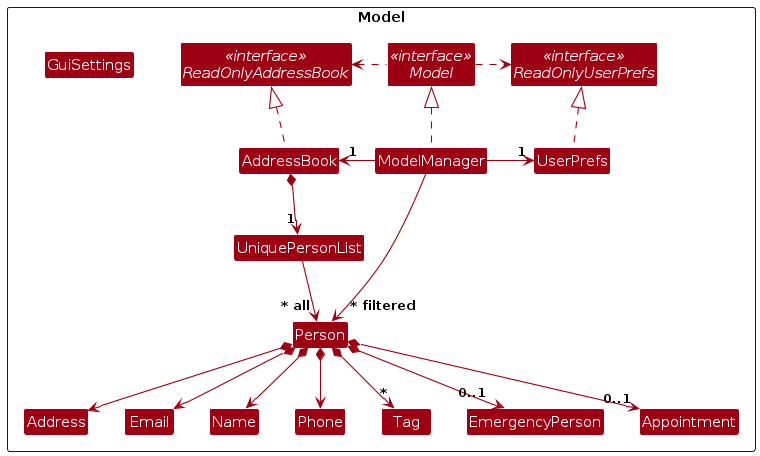
Above: diagrams/ModelClassDiagram.png in AY2425S2-CS2103T-F11-3/tp (PlantUML), before the change. Its source is kept beside it as diagrams/ModelClassDiagram.puml.
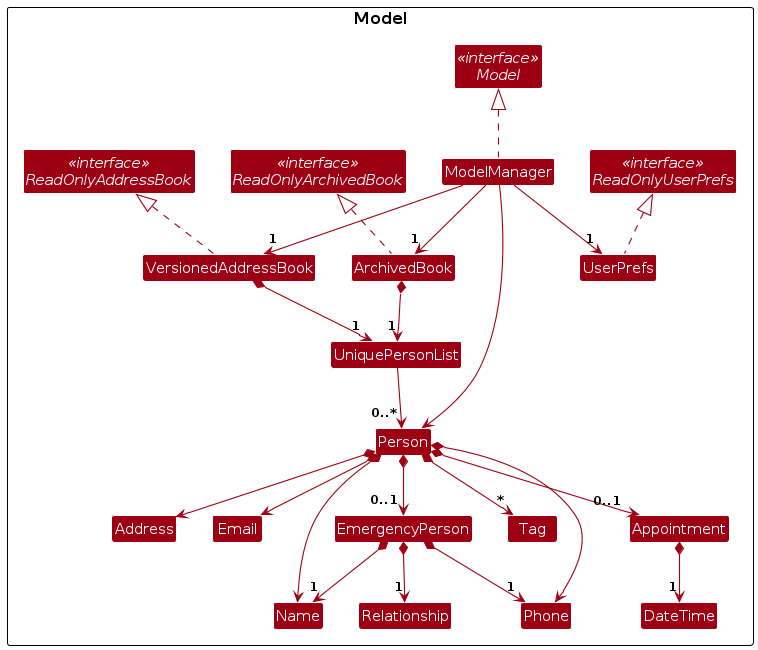
The same diagram one commit later.

Change to the diagram source:
```diff
@@ -4,10 +4,11 @@
 skinparam arrowColor MODEL_COLOR
 skinparam classBackgroundColor MODEL_COLOR
 
-Package Model as ModelPackage <<Rectangle>>{
-    Interface "<<interface>>\nReadOnlyAddressBook" as ReadOnlyAddressBook
-    Interface "<<interface>>\nReadOnlyUserPrefs" as ReadOnlyUserPrefs
-    Interface "<<interface>>\nModel" as Model {
+package Model {
+    interface "<<interface>>\nReadOnlyAddressBook" as ReadOnlyAddressBook
+    interface "<<interface>>\nReadOnlyUserPrefs" as ReadOnlyUserPrefs
+    interface "<<interface>>\nReadOnlyArchivedBook" as ReadOnlyArchivedBook
+    interface "<<interface>>\nModel" as Model {
         + setUserPrefs(userPrefs: ReadOnlyUserPrefs)
         + getUserPrefs(): ReadOnlyUserPrefs
         + getGuiSettings(): GuiSettings
@@ -31,12 +32,14 @@
         + sortPersonListByName()
         + sortPersonListByAppointment()
     }
-    Class AddressBook
-    Class ModelManager
-    Class UserPrefs
 
-    Class UniquePersonList
-    Class Person {
+    class VersionedAddressBook
+    class ModelManager
+    class UserPrefs
+    class UniquePersonList
+    class ArchivedBook
+
+    class Person {
         - name: Name
         - phone: Phone
         - email: Email
@@ -45,34 +48,48 @@
         - emergencyPerson: EmergencyPerson
         - appointment: Appointment
     }
-    Class Address
-    Class Email
-    Class Name
-    Class Phone
-    Class Tag
-    Class EmergencyPerson
-    Class Appointment
-    Class GuiSettings
+    class Address
+    class Email
+    class Name
+    class Phone
+    class Tag
+
+    class EmergencyPerson {
+        - name: String
+        - phone: String
+        - relationship: Relationship
+    }
+    class Appointment {
+        - dateTime: DateTime
+    }
+    class DateTime
+    class Relationship
+    VersionedAddressBook .up.|> ReadOnlyAddressBook
+    ArchivedBook .up.|> ReadOnlyArchivedBook
+    ModelManager .up.|> Model
+    UserPrefs .up.|> ReadOnlyUserPrefs
+
+    ModelManager --> "1" VersionedAddressBook
+    ModelManager --> "1" UserPrefs
+    ModelManager --> "1" ArchivedBook
+
+    VersionedAddressBook *--> "1" UniquePersonList
+    ArchivedBook *--> "1" UniquePersonList
+    UniquePersonList --> "0..*" Person
+
+    Person *--> Name
+    Person *--> Phone
+    Person *--> Email
+    Person *--> Address
+    Person *--> "*" Tag
+    Person *--> "0..1" EmergencyPerson
+    Person *--> "0..1" Appointment
+
+    Appointment *--> "1" DateTime
+    EmergencyPerson *--> "1" Relationship
+    EmergencyPerson *--> "1" Name
+    EmergencyPerson *--> "1" Phone
+
+    ModelManager --> Person
 }
-
-AddressBook .up.|> ReadOnlyAddressBook
-
-ModelManager .up.|> Model
-Model .right.> ReadOnlyUserPrefs
-Model .left.> ReadOnlyAddressBook
-ModelManager -left-> "1" AddressBook
-ModelManager -right-> "1" UserPrefs
-UserPrefs .up.|> ReadOnlyUserPrefs
-
-AddressBook *--> "1" UniquePersonList
-UniquePersonList --> "~* all" Person
-Person *--> Name
-Person *--> Phone
-Person *--> Email
-Person *--> Address
-Person *--> "*" Tag
-Person *--> "0..1" EmergencyPerson
-Person *--> "0..1" Appointment
-
-ModelManager --> "~* filtered" Person
 @enduml
```
